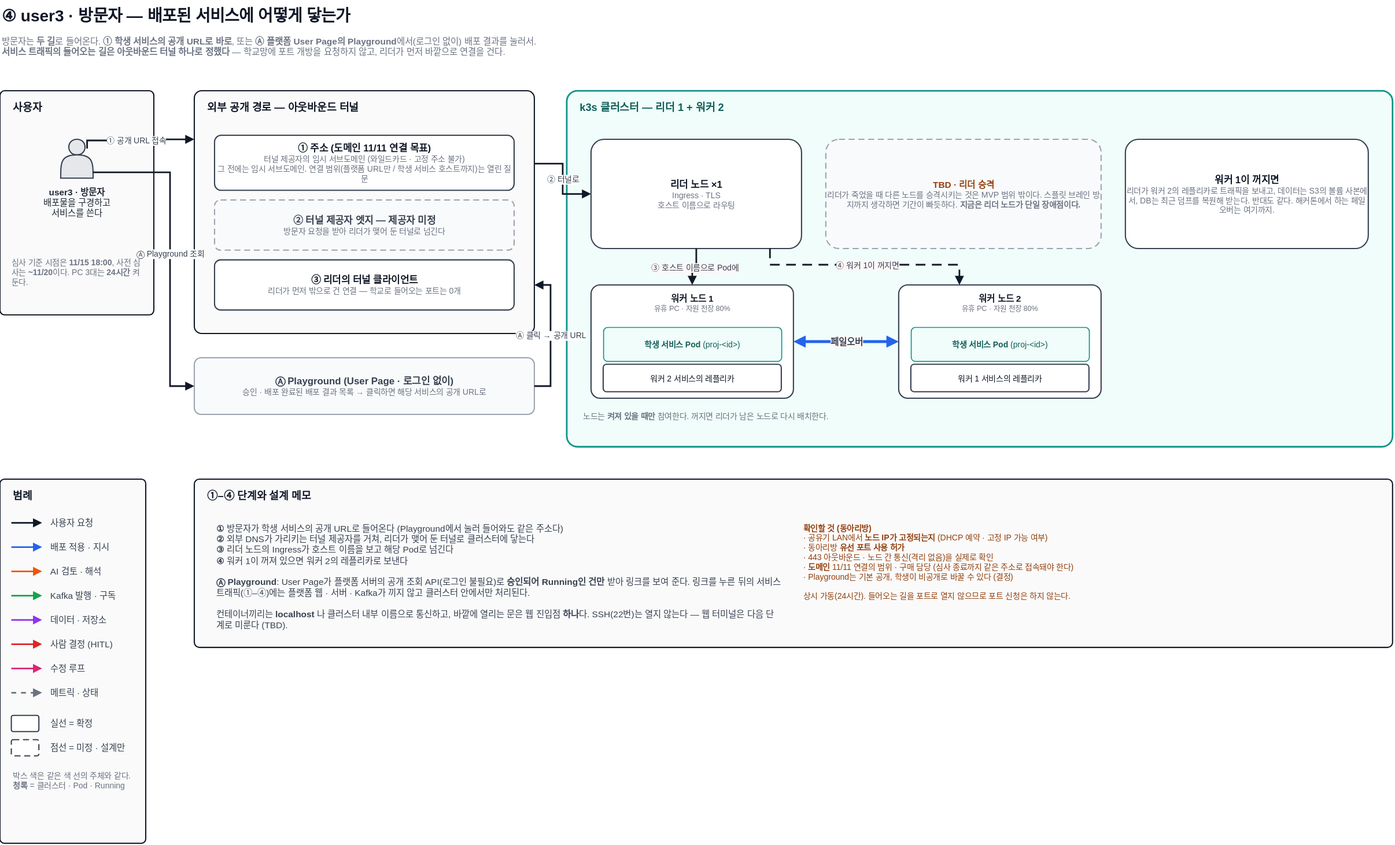
Above: docs/architecture/user3-visitor.drawio.svg in woowangthon/WOOWANGTHON_TEAM_18 (draw.io), before the change. Source tidied: cells renumbered, new cells last; positions are measured from the earlier drawing's top-left corner, leaving out a move shared by most shapes.
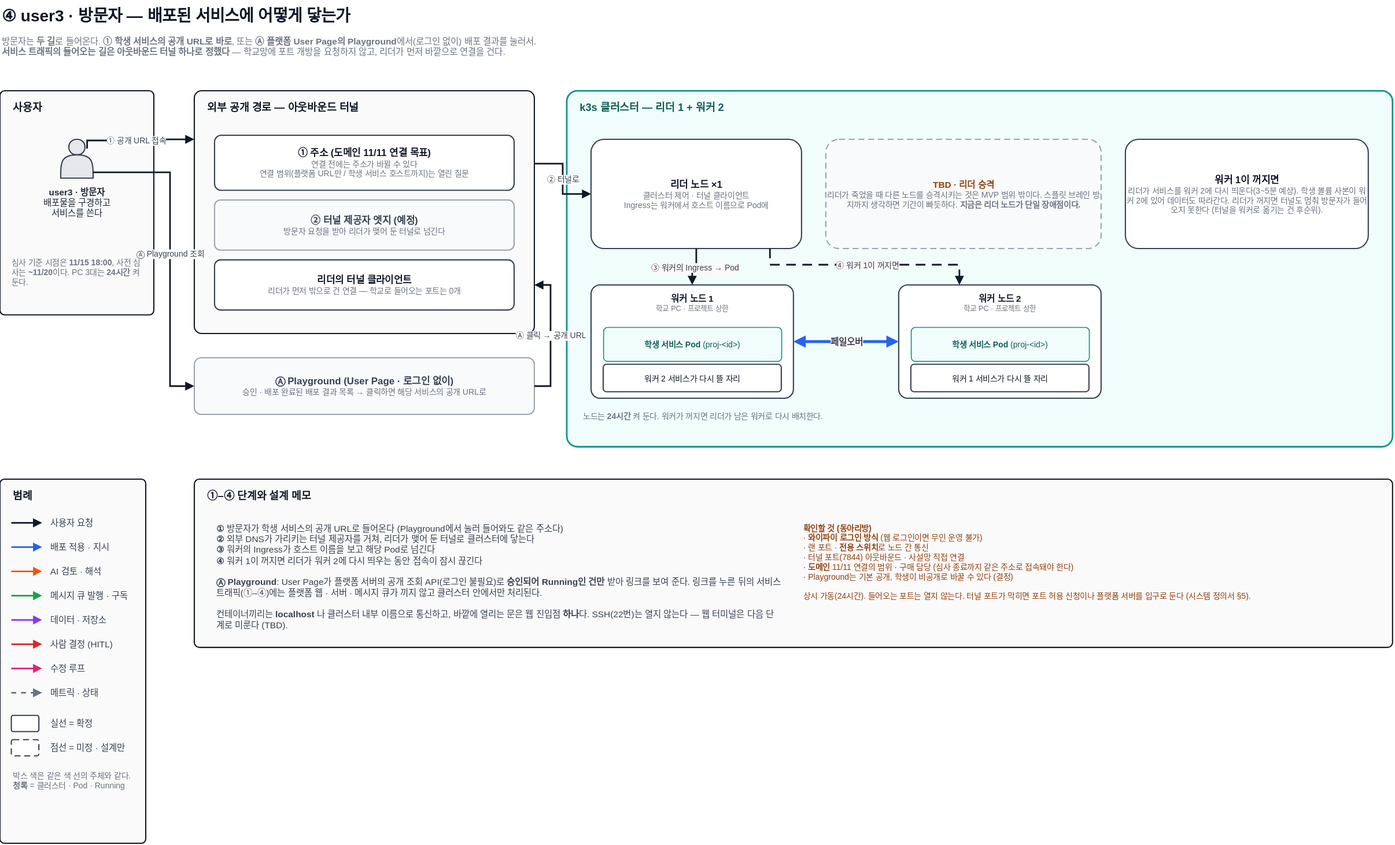
The same diagram one commit later.

Change to the diagram source:
```diff
@@ -23,55 +23,55 @@
     <mxCell id="8" value="외부 공개 경로 — 아웃바운드 터널" style="rounded=1;arcSize=3;html=1;fillColor=#FAFAFA;strokeColor=#111827;strokeWidth=1.5;verticalAlign=top;align=left;spacingLeft=14;spacingTop=6;fontSize=13;fontStyle=1;fontColor=#111827;fontFamily=Pretendard,Malgun Gothic,Apple SD Gothic Neo,sans-serif;" parent="1" vertex="1">
       <mxGeometry x="240" y="112" width="420" height="300" as="geometry" />
     </mxCell>
-    <mxCell id="9" value="&lt;b&gt;① 주소 (도메인 11/11 연결 목표)&lt;/b&gt;&lt;div style=&quot;font-size:10px;color:#6B7280&quot;&gt;터널 제공자의 임시 서브도메인 (와일드카드 · 고정 주소 불가)&lt;br&gt;그 전에는 임시 서브도메인. 연결 범위(플랫폼 URL만 / 학생 서비스 호스트까지)는 열린 질문&lt;/div&gt;" style="rounded=1;arcSize=12;whiteSpace=wrap;html=1;fillColor=#FFFFFF;strokeColor=#374151;strokeWidth=1.5;fontSize=12;fontColor=#111827;fontFamily=Pretendard,Malgun Gothic,Apple SD Gothic Neo,sans-serif;" parent="1" vertex="1">
+    <mxCell id="9" value="&lt;b&gt;① 주소 (도메인 11/11 연결 목표)&lt;/b&gt;&lt;div style=&quot;font-size:10px;color:#6B7280&quot;&gt;연결 전에는 주소가 바뀔 수 있다&lt;br&gt;연결 범위(플랫폼 URL만 / 학생 서비스 호스트까지)는 열린 질문&lt;/div&gt;" style="rounded=1;arcSize=12;whiteSpace=wrap;html=1;fillColor=#FFFFFF;strokeColor=#374151;strokeWidth=1.5;fontSize=12;fontColor=#111827;fontFamily=Pretendard,Malgun Gothic,Apple SD Gothic Neo,sans-serif;" parent="1" vertex="1">
       <mxGeometry x="265" y="167" width="370" height="68" as="geometry" />
     </mxCell>
-    <mxCell id="10" value="&lt;b&gt;② 터널 제공자 엣지 — 제공자 미정&lt;/b&gt;&lt;div style=&quot;font-size:10px;color:#6B7280&quot;&gt;방문자 요청을 받아 리더가 맺어 둔 터널로 넘긴다&lt;/div&gt;" style="rounded=1;arcSize=12;whiteSpace=wrap;html=1;dashed=1;dashPattern=5 3;fillColor=#F9FAFB;strokeColor=#9CA3AF;strokeWidth=1.5;fontSize=12;fontColor=#374151;fontFamily=Pretendard,Malgun Gothic,Apple SD Gothic Neo,sans-serif;" parent="1" vertex="1">
+    <mxCell id="10" value="&lt;b&gt;② 터널 제공자 엣지 (예정)&lt;/b&gt;&lt;div style=&quot;font-size:10px;color:#6B7280&quot;&gt;방문자 요청을 받아 리더가 맺어 둔 터널로 넘긴다&lt;/div&gt;" style="rounded=1;arcSize=12;whiteSpace=wrap;html=1;dashPattern=5 3;fillColor=#F9FAFB;strokeColor=#9CA3AF;strokeWidth=1.5;fontSize=12;fontColor=#374151;fontFamily=Pretendard,Malgun Gothic,Apple SD Gothic Neo,sans-serif;dashed=0;" parent="1" vertex="1">
       <mxGeometry x="265" y="247" width="370" height="62" as="geometry" />
     </mxCell>
-    <mxCell id="11" value="&lt;b&gt;③ 리더의 터널 클라이언트&lt;/b&gt;&lt;div style=&quot;font-size:10px;color:#6B7280&quot;&gt;리더가 먼저 밖으로 건 연결 — 학교로 들어오는 포트는 0개&lt;/div&gt;" style="rounded=1;arcSize=12;whiteSpace=wrap;html=1;fillColor=#FFFFFF;strokeColor=#374151;strokeWidth=1.5;fontSize=12;fontColor=#111827;fontFamily=Pretendard,Malgun Gothic,Apple SD Gothic Neo,sans-serif;" parent="1" vertex="1">
+    <mxCell id="11" value="&lt;b&gt;리더의 터널 클라이언트&lt;/b&gt;&lt;div style=&quot;font-size:10px;color:#6B7280&quot;&gt;리더가 먼저 밖으로 건 연결 — 학교로 들어오는 포트는 0개&lt;/div&gt;" style="rounded=1;arcSize=12;whiteSpace=wrap;html=1;fillColor=#FFFFFF;strokeColor=#374151;strokeWidth=1.5;fontSize=12;fontColor=#111827;fontFamily=Pretendard,Malgun Gothic,Apple SD Gothic Neo,sans-serif;" parent="1" vertex="1">
       <mxGeometry x="265" y="321" width="370" height="62" as="geometry" />
     </mxCell>
     <mxCell id="12" value="k3s 클러스터 — 리더 1 + 워커 2" style="rounded=1;arcSize=3;html=1;fillColor=#F0FDFA;strokeColor=#0D9488;strokeWidth=2;verticalAlign=top;align=left;spacingLeft=14;spacingTop=6;fontSize=13;fontStyle=1;fontColor=#115E59;fontFamily=Pretendard,Malgun Gothic,Apple SD Gothic Neo,sans-serif;" parent="1" vertex="1">
       <mxGeometry x="700" y="112" width="1020" height="440" as="geometry" />
     </mxCell>
-    <mxCell id="13" value="&lt;b&gt;리더 노드 ×1&lt;/b&gt;&lt;div style=&quot;font-size:10px;color:#6B7280&quot;&gt;Ingress · TLS&lt;br&gt;호스트 이름으로 라우팅&lt;/div&gt;" style="rounded=1;arcSize=12;whiteSpace=wrap;html=1;fillColor=#FFFFFF;strokeColor=#374151;strokeWidth=1.5;fontSize=12;fontColor=#111827;fontFamily=Pretendard,Malgun Gothic,Apple SD Gothic Neo,sans-serif;" parent="1" vertex="1">
+    <mxCell id="13" value="&lt;b&gt;리더 노드 ×1&lt;/b&gt;&lt;div style=&quot;font-size:10px;color:#6B7280&quot;&gt;클러스터 제어 · 터널 클라이언트&lt;br&gt;Ingress는 워커에서 호스트 이름으로 Pod에&lt;/div&gt;" style="rounded=1;arcSize=12;whiteSpace=wrap;html=1;fillColor=#FFFFFF;strokeColor=#374151;strokeWidth=1.5;fontSize=12;fontColor=#111827;fontFamily=Pretendard,Malgun Gothic,Apple SD Gothic Neo,sans-serif;" parent="1" vertex="1">
       <mxGeometry x="730" y="172" width="260" height="135" as="geometry" />
     </mxCell>
     <mxCell id="14" value="&lt;b&gt;TBD · 리더 승격&lt;/b&gt;&lt;div style=&quot;font-size:10px;color:#6B7280&quot;&gt;리더가 죽었을 때 다른 노드를 승격시키는 것은 MVP 범위 밖이다. 스플릿 브레인 방지까지 생각하면 기간이 빠듯하다. &lt;b&gt;지금은 리더 노드가 단일 장애점이다.&lt;/b&gt;&lt;/div&gt;" style="rounded=1;arcSize=12;whiteSpace=wrap;html=1;dashed=1;dashPattern=5 3;fillColor=#F9FAFB;strokeColor=#9CA3AF;strokeWidth=1.5;fontSize=11;fontColor=#92400E;fontFamily=Pretendard,Malgun Gothic,Apple SD Gothic Neo,sans-serif;" parent="1" vertex="1">
       <mxGeometry x="1020" y="172" width="340" height="135" as="geometry" />
     </mxCell>
-    <mxCell id="15" value="&lt;b&gt;워커 1이 꺼지면&lt;/b&gt;&lt;div style=&quot;font-size:10px;color:#6B7280&quot;&gt;리더가 워커 2의 레플리카로 트래픽을 보내고, 데이터는 S3의 볼륨 사본에서, DB는 최근 덤프를 복원해 받는다. 반대도 같다. 해커톤에서 하는 페일오버는 여기까지.&lt;/div&gt;" style="rounded=1;arcSize=12;whiteSpace=wrap;html=1;fillColor=#FFFFFF;strokeColor=#374151;strokeWidth=1.5;fontSize=12;fontColor=#111827;fontFamily=Pretendard,Malgun Gothic,Apple SD Gothic Neo,sans-serif;" parent="1" vertex="1">
+    <mxCell id="15" value="&lt;b&gt;워커 1이 꺼지면&lt;/b&gt;&lt;div style=&quot;font-size:10px;color:#6B7280&quot;&gt;리더가 서비스를 워커 2에 다시 띄운다(3~5분 예상). 학생 볼륨 사본이 워커 2에 있어 데이터도 따라간다. 리더가 꺼지면 터널도 멈춰 방문자가 들어오지 못한다 (터널을 워커로 옮기는 건 후순위).&lt;/div&gt;" style="rounded=1;arcSize=12;whiteSpace=wrap;html=1;fillColor=#FFFFFF;strokeColor=#374151;strokeWidth=1.5;fontSize=12;fontColor=#111827;fontFamily=Pretendard,Malgun Gothic,Apple SD Gothic Neo,sans-serif;" parent="1" vertex="1">
       <mxGeometry x="1390" y="172" width="300" height="135" as="geometry" />
     </mxCell>
-    <mxCell id="16" value="워커 노드 1&lt;div style=&quot;font-size:9px;font-weight:400;color:#6B7280&quot;&gt;유휴 PC · 자원 천장 80%&lt;/div&gt;" style="rounded=1;arcSize=8;whiteSpace=wrap;html=1;fillColor=#FFFFFF;strokeColor=#374151;strokeWidth=1.5;verticalAlign=top;align=center;spacingTop=4;fontSize=11;fontStyle=1;fontColor=#111827;fontFamily=Pretendard,Malgun Gothic,Apple SD Gothic Neo,sans-serif;" parent="1" vertex="1">
+    <mxCell id="16" value="워커 노드 1&lt;div style=&quot;font-size:9px;font-weight:400;color:#6B7280&quot;&gt;학교 PC · 프로젝트 상한&lt;/div&gt;" style="rounded=1;arcSize=8;whiteSpace=wrap;html=1;fillColor=#FFFFFF;strokeColor=#374151;strokeWidth=1.5;verticalAlign=top;align=center;spacingTop=4;fontSize=11;fontStyle=1;fontColor=#111827;fontFamily=Pretendard,Malgun Gothic,Apple SD Gothic Neo,sans-serif;" parent="1" vertex="1">
       <mxGeometry x="730" y="352" width="250" height="140" as="geometry" />
     </mxCell>
     <mxCell id="17" value="&lt;b&gt;학생 서비스 Pod&lt;/b&gt; (proj-&amp;lt;id&amp;gt;)" style="rounded=1;arcSize=12;whiteSpace=wrap;html=1;fillColor=#F0FDFA;strokeColor=#0D9488;strokeWidth=1.2;fontSize=10;fontColor=#115E59;fontFamily=Pretendard,Malgun Gothic,Apple SD Gothic Neo,sans-serif;" parent="1" vertex="1">
       <mxGeometry x="745" y="404" width="220" height="42" as="geometry" />
     </mxCell>
-    <mxCell id="18" value="워커 2 서비스의 레플리카" style="rounded=1;arcSize=12;whiteSpace=wrap;html=1;fillColor=#FFFFFF;strokeColor=#374151;strokeWidth=1.5;fontSize=10;fontColor=#111827;fontFamily=Pretendard,Malgun Gothic,Apple SD Gothic Neo,sans-serif;" parent="1" vertex="1">
+    <mxCell id="18" value="워커 2 서비스가 다시 뜰 자리" style="rounded=1;arcSize=12;whiteSpace=wrap;html=1;fillColor=#FFFFFF;strokeColor=#374151;strokeWidth=1.5;fontSize=10;fontColor=#111827;fontFamily=Pretendard,Malgun Gothic,Apple SD Gothic Neo,sans-serif;" parent="1" vertex="1">
       <mxGeometry x="745" y="450" width="220" height="34" as="geometry" />
     </mxCell>
-    <mxCell id="19" value="워커 노드 2&lt;div style=&quot;font-size:9px;font-weight:400;color:#6B7280&quot;&gt;유휴 PC · 자원 천장 80%&lt;/div&gt;" style="rounded=1;arcSize=8;whiteSpace=wrap;html=1;fillColor=#FFFFFF;strokeColor=#374151;strokeWidth=1.5;verticalAlign=top;align=center;spacingTop=4;fontSize=11;fontStyle=1;fontColor=#111827;fontFamily=Pretendard,Malgun Gothic,Apple SD Gothic Neo,sans-serif;" parent="1" vertex="1">
+    <mxCell id="19" value="워커 노드 2&lt;div style=&quot;font-size:9px;font-weight:400;color:#6B7280&quot;&gt;학교 PC · 프로젝트 상한&lt;/div&gt;" style="rounded=1;arcSize=8;whiteSpace=wrap;html=1;fillColor=#FFFFFF;strokeColor=#374151;strokeWidth=1.5;verticalAlign=top;align=center;spacingTop=4;fontSize=11;fontStyle=1;fontColor=#111827;fontFamily=Pretendard,Malgun Gothic,Apple SD Gothic Neo,sans-serif;" parent="1" vertex="1">
       <mxGeometry x="1110" y="352" width="250" height="140" as="geometry" />
     </mxCell>
     <mxCell id="20" value="&lt;b&gt;학생 서비스 Pod&lt;/b&gt; (proj-&amp;lt;id&amp;gt;)" style="rounded=1;arcSize=12;whiteSpace=wrap;html=1;fillColor=#F0FDFA;strokeColor=#0D9488;strokeWidth=1.2;fontSize=10;fontColor=#115E59;fontFamily=Pretendard,Malgun Gothic,Apple SD Gothic Neo,sans-serif;" parent="1" vertex="1">
       <mxGeometry x="1125" y="404" width="220" height="42" as="geometry" />
     </mxCell>
-    <mxCell id="21" value="워커 1 서비스의 레플리카" style="rounded=1;arcSize=12;whiteSpace=wrap;html=1;fillColor=#FFFFFF;strokeColor=#374151;strokeWidth=1.5;fontSize=10;fontColor=#111827;fontFamily=Pretendard,Malgun Gothic,Apple SD Gothic Neo,sans-serif;" parent="1" vertex="1">
+    <mxCell id="21" value="워커 1 서비스가 다시 뜰 자리" style="rounded=1;arcSize=12;whiteSpace=wrap;html=1;fillColor=#FFFFFF;strokeColor=#374151;strokeWidth=1.5;fontSize=10;fontColor=#111827;fontFamily=Pretendard,Malgun Gothic,Apple SD Gothic Neo,sans-serif;" parent="1" vertex="1">
       <mxGeometry x="1125" y="450" width="220" height="34" as="geometry" />
     </mxCell>
-    <mxCell id="22" value="노드는 &lt;b&gt;켜져 있을 때만&lt;/b&gt; 참여한다. 꺼지면 리더가 남은 노드로 다시 배치한다." style="text;html=1;align=left;verticalAlign=top;whiteSpace=wrap;fontSize=10;fontColor=#6B7280;fontFamily=Pretendard,Malgun Gothic,Apple SD Gothic Neo,sans-serif;" parent="1" vertex="1">
+    <mxCell id="22" value="노드는 &lt;b&gt;24시간&lt;/b&gt; 켜 둔다. 워커가 꺼지면 리더가 남은 워커로 다시 배치한다." style="text;html=1;align=left;verticalAlign=top;whiteSpace=wrap;fontSize=10;fontColor=#6B7280;fontFamily=Pretendard,Malgun Gothic,Apple SD Gothic Neo,sans-serif;" parent="1" vertex="1">
       <mxGeometry x="718" y="502" width="990" height="45" as="geometry" />
     </mxCell>
     <mxCell id="23" value="①–④ 단계와 설계 메모" style="rounded=1;arcSize=3;html=1;fillColor=#FAFAFA;strokeColor=#111827;strokeWidth=1.5;verticalAlign=top;align=left;spacingLeft=14;spacingTop=6;fontSize=13;fontStyle=1;fontColor=#111827;fontFamily=Pretendard,Malgun Gothic,Apple SD Gothic Neo,sans-serif;" parent="1" vertex="1">
       <mxGeometry x="240" y="592" width="1480" height="208" as="geometry" />
     </mxCell>
-    <mxCell id="24" value="&lt;b&gt;①&lt;/b&gt; 방문자가 학생 서비스의 공개 URL로 들어온다 (Playground에서 눌러 들어와도 같은 주소다)&lt;br&gt;&lt;b&gt;②&lt;/b&gt; 외부 DNS가 가리키는 터널 제공자를 거쳐, 리더가 맺어 둔 터널로 클러스터에 닿는다&lt;br&gt;&lt;b&gt;③&lt;/b&gt; 리더 노드의 Ingress가 호스트 이름을 보고 해당 Pod로 넘긴다&lt;br&gt;&lt;b&gt;④&lt;/b&gt; 워커 1이 꺼져 있으면 워커 2의 레플리카로 보낸다&lt;br&gt;&lt;br&gt;&lt;b&gt;Ⓐ Playground&lt;/b&gt;: User Page가 플랫폼 서버의 공개 조회 API(로그인 불필요)로 &lt;b&gt;승인되어 Running인 건만&lt;/b&gt; 받아 링크를 보여 준다. 링크를 누른 뒤의 서비스 트래픽(①–④)에는 플랫폼 웹 · 서버 · Kafka가 끼지 않고 클러스터 안에서만 처리된다.&lt;br&gt;&lt;br&gt;컨테이너끼리는 &lt;b&gt;localhost&lt;/b&gt; 나 클러스터 내부 이름으로 통신하고, 바깥에 열리는 문은 웹 진입점 &lt;b&gt;하나&lt;/b&gt;다. SSH(22번)는 열지 않는다 — 웹 터미널은 다음 단계로 미룬다 (TBD)." style="text;html=1;align=left;verticalAlign=top;whiteSpace=wrap;fontSize=11;fontColor=#374151;fontFamily=Pretendard,Malgun Gothic,Apple SD Gothic Neo,sans-serif;" parent="1" vertex="1">
+    <mxCell id="24" value="&lt;b&gt;①&lt;/b&gt; 방문자가 학생 서비스의 공개 URL로 들어온다 (Playground에서 눌러 들어와도 같은 주소다)&lt;br&gt;&lt;b&gt;②&lt;/b&gt; 외부 DNS가 가리키는 터널 제공자를 거쳐, 리더가 맺어 둔 터널로 클러스터에 닿는다&lt;br&gt;&lt;b&gt;③&lt;/b&gt; 워커의 Ingress가 호스트 이름을 보고 해당 Pod로 넘긴다&lt;br&gt;&lt;b&gt;④&lt;/b&gt; 워커 1이 꺼지면 리더가 워커 2에 다시 띄우는 동안 접속이 잠시 끊긴다&lt;br&gt;&lt;br&gt;&lt;b&gt;Ⓐ Playground&lt;/b&gt;: User Page가 플랫폼 서버의 공개 조회 API(로그인 불필요)로 &lt;b&gt;승인되어 Running인 건만&lt;/b&gt; 받아 링크를 보여 준다. 링크를 누른 뒤의 서비스 트래픽(①–④)에는 플랫폼 웹 · 서버 · 메시지 큐가 끼지 않고 클러스터 안에서만 처리된다.&lt;br&gt;&lt;br&gt;컨테이너끼리는 &lt;b&gt;localhost&lt;/b&gt; 나 클러스터 내부 이름으로 통신하고, 바깥에 열리는 문은 웹 진입점 &lt;b&gt;하나&lt;/b&gt;다. SSH(22번)는 열지 않는다 — 웹 터미널은 다음 단계로 미룬다 (TBD)." style="text;html=1;align=left;verticalAlign=top;whiteSpace=wrap;fontSize=11;fontColor=#374151;fontFamily=Pretendard,Malgun Gothic,Apple SD Gothic Neo,sans-serif;" parent="1" vertex="1">
       <mxGeometry x="265" y="640" width="700" height="135" as="geometry" />
     </mxCell>
-    <mxCell id="25" value="&lt;b&gt;확인할 것 (동아리방)&lt;/b&gt;&lt;br&gt;· 공유기 LAN에서 &lt;b&gt;노드 IP가 고정되는지&lt;/b&gt; (DHCP 예약 · 고정 IP 가능 여부)&lt;br&gt;· 동아리방 &lt;b&gt;유선 포트 사용 허가&lt;/b&gt;&lt;br&gt;· 443 아웃바운드 · 노드 간 통신(격리 없음)을 실제로 확인&lt;br&gt;· &lt;b&gt;도메인&lt;/b&gt; 11/11 연결의 범위 · 구매 담당 (심사 종료까지 같은 주소로 접속돼야 한다)&lt;br&gt;· Playground는 기본 공개, 학생이 비공개로 바꿀 수 있다 (결정)&lt;br&gt;&lt;br&gt;상시 가동(24시간). 들어오는 길을 포트로 열지 않으므로 포트 신청은 하지 않는다." style="text;html=1;align=left;verticalAlign=top;whiteSpace=wrap;fontSize=10;fontColor=#92400E;fontFamily=Pretendard,Malgun Gothic,Apple SD Gothic Neo,sans-serif;" parent="1" vertex="1">
+    <mxCell id="25" value="&lt;b&gt;확인할 것 (동아리방)&lt;/b&gt;&lt;br&gt;· &lt;b&gt;와이파이 로그인 방식&lt;/b&gt; (웹 로그인이면 무인 운영 불가)&lt;br&gt;· 랜 포트 · &lt;b&gt;전용 스위치&lt;/b&gt;로 노드 간 통신&lt;br&gt;· 터널 포트(7844) 아웃바운드 · 사설망 직접 연결&lt;br&gt;· &lt;b&gt;도메인&lt;/b&gt; 11/11 연결의 범위 · 구매 담당 (심사 종료까지 같은 주소로 접속돼야 한다)&lt;br&gt;· Playground는 기본 공개, 학생이 비공개로 바꿀 수 있다 (결정)&lt;br&gt;&lt;br&gt;상시 가동(24시간). 들어오는 포트는 열지 않는다. 터널 포트가 막히면 포트 허용 신청이나 플랫폼 서버를 입구로 둔다 (시스템 정의서 §5)." style="text;html=1;align=left;verticalAlign=top;whiteSpace=wrap;fontSize=10;fontColor=#92400E;fontFamily=Pretendard,Malgun Gothic,Apple SD Gothic Neo,sans-serif;" parent="1" vertex="1">
       <mxGeometry x="990" y="640" width="700" height="150" as="geometry" />
     </mxCell>
     <mxCell id="26" value="① 공개 URL 접속" style="edgeStyle=orthogonalEdgeStyle;rounded=0;jettySize=auto;html=1;jumpStyle=arc;jumpSize=8;endArrow=block;endFill=1;strokeWidth=2;fontSize=10;labelBackgroundColor=#FFFFFF;fontFamily=Pretendard,Malgun Gothic,Apple SD Gothic Neo,sans-serif;fontColor=#374151;strokeColor=#111827;exitX=0.814;exitY=0.238;exitDx=0;exitDy=0;entryX=0;entryY=0.2;entryDx=0;entryDy=0;exitPerimeter=0;" parent="1" edge="1" source="5" target="8">
@@ -86,7 +86,7 @@
     <mxCell id="27" value="② 터널로" style="edgeStyle=orthogonalEdgeStyle;rounded=0;jettySize=auto;html=1;jumpStyle=arc;jumpSize=8;endArrow=block;endFill=1;strokeWidth=2;fontSize=10;labelBackgroundColor=#FFFFFF;fontFamily=Pretendard,Malgun Gothic,Apple SD Gothic Neo,sans-serif;fontColor=#374151;strokeColor=#111827;exitX=1;exitY=0.3;exitDx=0;exitDy=0;entryX=0;entryY=0.5;entryDx=0;entryDy=0;" parent="1" edge="1" source="8" target="13">
       <mxGeometry relative="1" as="geometry" />
     </mxCell>
-    <mxCell id="28" value="③ 호스트 이름으로 Pod에" style="edgeStyle=orthogonalEdgeStyle;rounded=0;jettySize=auto;html=1;jumpStyle=arc;jumpSize=8;endArrow=block;endFill=1;strokeWidth=2;fontSize=10;labelBackgroundColor=#FFF7F7;fontFamily=Pretendard,Malgun Gothic,Apple SD Gothic Neo,sans-serif;fontColor=#374151;strokeColor=#111827;exitX=0.5;exitY=1;exitDx=0;exitDy=0;entryX=0.5;entryY=0;entryDx=0;entryDy=0;" parent="1" edge="1" source="13" target="16">
+    <mxCell id="28" value="③ 워커의 Ingress → Pod" style="edgeStyle=orthogonalEdgeStyle;rounded=0;jettySize=auto;html=1;jumpStyle=arc;jumpSize=8;endArrow=block;endFill=1;strokeWidth=2;fontSize=10;labelBackgroundColor=#FFF7F7;fontFamily=Pretendard,Malgun Gothic,Apple SD Gothic Neo,sans-serif;fontColor=#374151;strokeColor=#111827;exitX=0.5;exitY=1;exitDx=0;exitDy=0;entryX=0.5;entryY=0;entryDx=0;entryDy=0;" parent="1" edge="1" source="13" target="16">
       <mxGeometry relative="1" as="geometry" />
     </mxCell>
     <mxCell id="29" value="④ 워커 1이 꺼지면" style="edgeStyle=orthogonalEdgeStyle;rounded=0;jettySize=auto;html=1;jumpStyle=arc;jumpSize=8;endArrow=block;endFill=1;strokeWidth=2;fontSize=10;labelBackgroundColor=#FFF7F7;fontFamily=Pretendard,Malgun Gothic,Apple SD Gothic Neo,sans-serif;fontColor=#374151;strokeColor=#111827;dashed=1;dashPattern=6 4;exitX=0.85;exitY=1;exitDx=0;exitDy=0;entryX=0.3;entryY=0;entryDx=0;entryDy=0;" parent="1" edge="1" source="13" target="19">
@@ -154,7 +154,7 @@
         <mxPoint x="52" y="736" as="targetPoint" />
       </mxGeometry>
     </mxCell>
-    <mxCell id="42" value="Kafka 발행 · 구독" style="text;html=1;align=left;verticalAlign=middle;whiteSpace=wrap;fontSize=11;fontColor=#374151;fontFamily=Pretendard,Malgun Gothic,Apple SD Gothic Neo,sans-serif;" parent="1" vertex="1">
+    <mxCell id="42" value="메시지 큐 발행 · 구독" style="text;html=1;align=left;verticalAlign=middle;whiteSpace=wrap;fontSize=11;fontColor=#374151;fontFamily=Pretendard,Malgun Gothic,Apple SD Gothic Neo,sans-serif;" parent="1" vertex="1">
       <mxGeometry x="60" y="726" width="112" height="20" as="geometry" />
     </mxCell>
     <mxCell id="43" style="endArrow=block;endFill=1;strokeWidth=2;html=1;strokeColor=#9333EA;" parent="1" edge="1">
```
